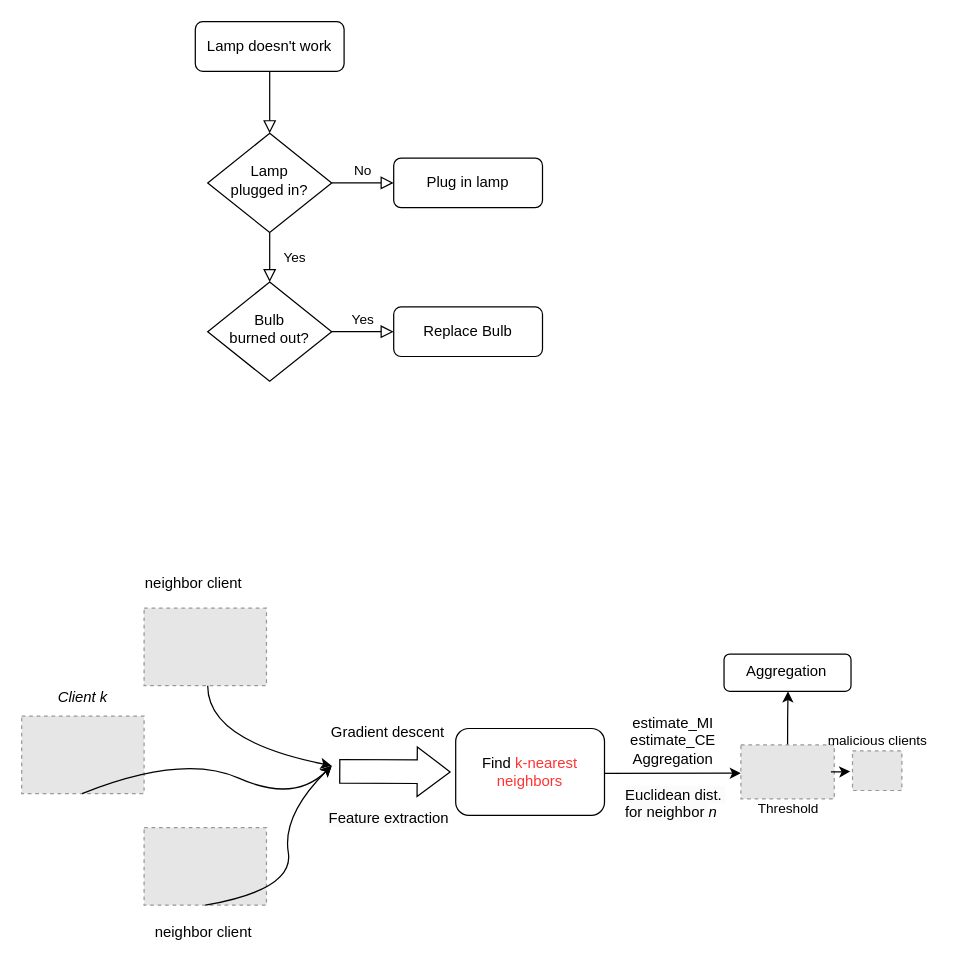
Before: Untitled Diagram.drawio in zongcai66/Introduction-to-Reinforcement-Learning, a draw.io diagram. Source tidied: cells renumbered, new cells numbered last; positions are measured from the earlier drawing's top-left corner, leaving out a move shared by most shapes. Both pictures are drawn from the tidied source at 124%, with x=0, y=0 at pixel (21, 21). Pictures stored in the file or linked from it are replaced by grey dashed boxes.
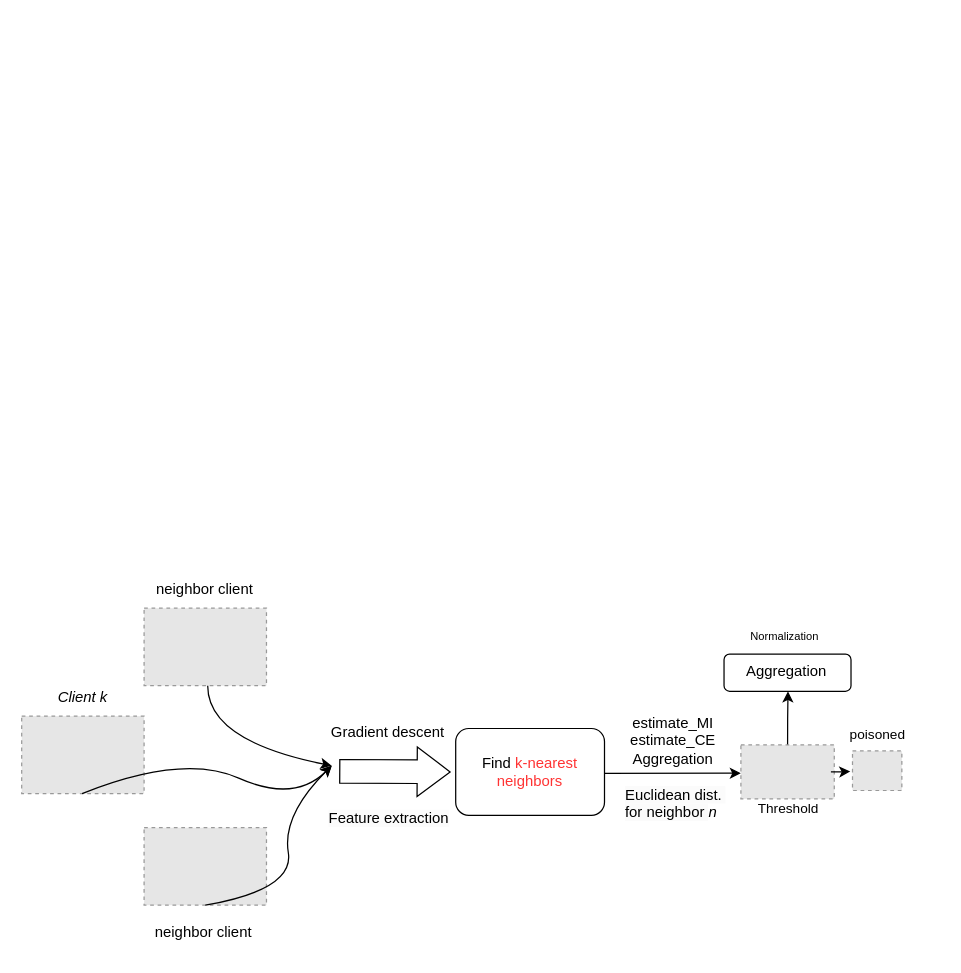
Above is the later version.

What changed in the source:
```diff
@@
-    <mxCell id="2" style="rounded=0;html=1;jettySize=auto;fontSize=11;endArrow=block;endFill=0;endSize=8;strokeWidth=1;shadow=0;labelBackgroundColor=none;edgeStyle=orthogonalEdgeStyle;" parent="1" edge="1" source="3" target="6">
-      <mxGeometry relative="1" as="geometry" />
-    </mxCell>
-    <mxCell id="3" value="Lamp doesn't work" style="rounded=1;whiteSpace=wrap;html=1;fontSize=12;glass=0;strokeWidth=1;shadow=0;" parent="1" vertex="1">
-      <mxGeometry x="140" width="120" height="40" as="geometry" />
-    </mxCell>
-    <mxCell id="4" value="Yes" style="rounded=0;html=1;jettySize=auto;fontSize=11;endArrow=block;endFill=0;endSize=8;strokeWidth=1;shadow=0;labelBackgroundColor=none;edgeStyle=orthogonalEdgeStyle;" parent="1" edge="1" source="6" target="9">
-      <mxGeometry y="20" relative="1" as="geometry" />
-    </mxCell>
-    <mxCell id="5" value="No" style="edgeStyle=orthogonalEdgeStyle;rounded=0;html=1;jettySize=auto;fontSize=11;endArrow=block;endFill=0;endSize=8;strokeWidth=1;shadow=0;labelBackgroundColor=none;" parent="1" edge="1" source="6" target="7">
-      <mxGeometry y="10" relative="1" as="geometry" />
-    </mxCell>
-    <mxCell id="6" value="Lamp&lt;br&gt;plugged in?" style="rhombus;whiteSpace=wrap;html=1;shadow=0;fontFamily=Helvetica;fontSize=12;align=center;strokeWidth=1;spacing=6;spacingTop=-4;" parent="1" vertex="1">
-      <mxGeometry x="150" y="90" width="100" height="80" as="geometry" />
-    </mxCell>
-    <mxCell id="7" value="Plug in lamp" style="rounded=1;whiteSpace=wrap;html=1;fontSize=12;glass=0;strokeWidth=1;shadow=0;" parent="1" vertex="1">
-      <mxGeometry x="300" y="110" width="120" height="40" as="geometry" />
-    </mxCell>
-    <mxCell id="8" value="Yes" style="edgeStyle=orthogonalEdgeStyle;rounded=0;html=1;jettySize=auto;fontSize=11;endArrow=block;endFill=0;endSize=8;strokeWidth=1;shadow=0;labelBackgroundColor=none;" parent="1" edge="1" source="9" target="11">
-      <mxGeometry y="10" relative="1" as="geometry" />
-    </mxCell>
-    <mxCell id="9" value="Bulb&lt;br&gt;burned out?" style="rhombus;whiteSpace=wrap;html=1;shadow=0;fontFamily=Helvetica;fontSize=12;align=center;strokeWidth=1;spacing=6;spacingTop=-4;" parent="1" vertex="1">
-      <mxGeometry x="150" y="210" width="100" height="80" as="geometry" />
-    </mxCell>
@@
-    <mxCell id="11" value="Replace Bulb" style="rounded=1;whiteSpace=wrap;html=1;fontSize=12;glass=0;strokeWidth=1;shadow=0;" parent="1" vertex="1">
-      <mxGeometry x="300" y="230" width="120" height="40" as="geometry" />
-    </mxCell>
@@
     <mxCell id="21" value="neighbor client&amp;nbsp;" style="text;html=1;align=center;verticalAlign=middle;strokeColor=none;fillColor=none;" parent="1" vertex="1">
-      <mxGeometry x="90" y="438" width="100" height="30" as="geometry" />
+      <mxGeometry x="98.7" y="443" width="100" height="30" as="geometry" />
     </mxCell>
@@
-    <mxCell id="31" value="&lt;font style=&quot;font-size: 11px;&quot;&gt;malicious clients&lt;/font&gt;" style="text;html=1;align=center;verticalAlign=middle;strokeColor=none;fillColor=none;fontFamily=Helvetica;fontSize=12;fontColor=default;" parent="1" vertex="1">
-      <mxGeometry x="639.9" y="565" width="100" height="30" as="geometry" />
+    <mxCell id="31" value="&lt;font style=&quot;font-size: 11px;&quot;&gt;poisoned&lt;/font&gt;" style="text;html=1;align=center;verticalAlign=middle;strokeColor=none;fillColor=none;fontFamily=Helvetica;fontSize=12;fontColor=default;" parent="1" vertex="1">
+      <mxGeometry x="655.3" y="560" width="70" height="30" as="geometry" />
     </mxCell>
@@
+    <mxCell id="34" value="&lt;font style=&quot;font-size: 9px;&quot;&gt;Normalization&lt;/font&gt;" style="text;html=1;align=center;verticalAlign=middle;strokeColor=none;fillColor=none;fontFamily=Helvetica;fontSize=12;fontColor=default;" parent="1" vertex="1">
+      <mxGeometry x="575.3" y="480" width="80" height="30" as="geometry" />
+    </mxCell>
```
